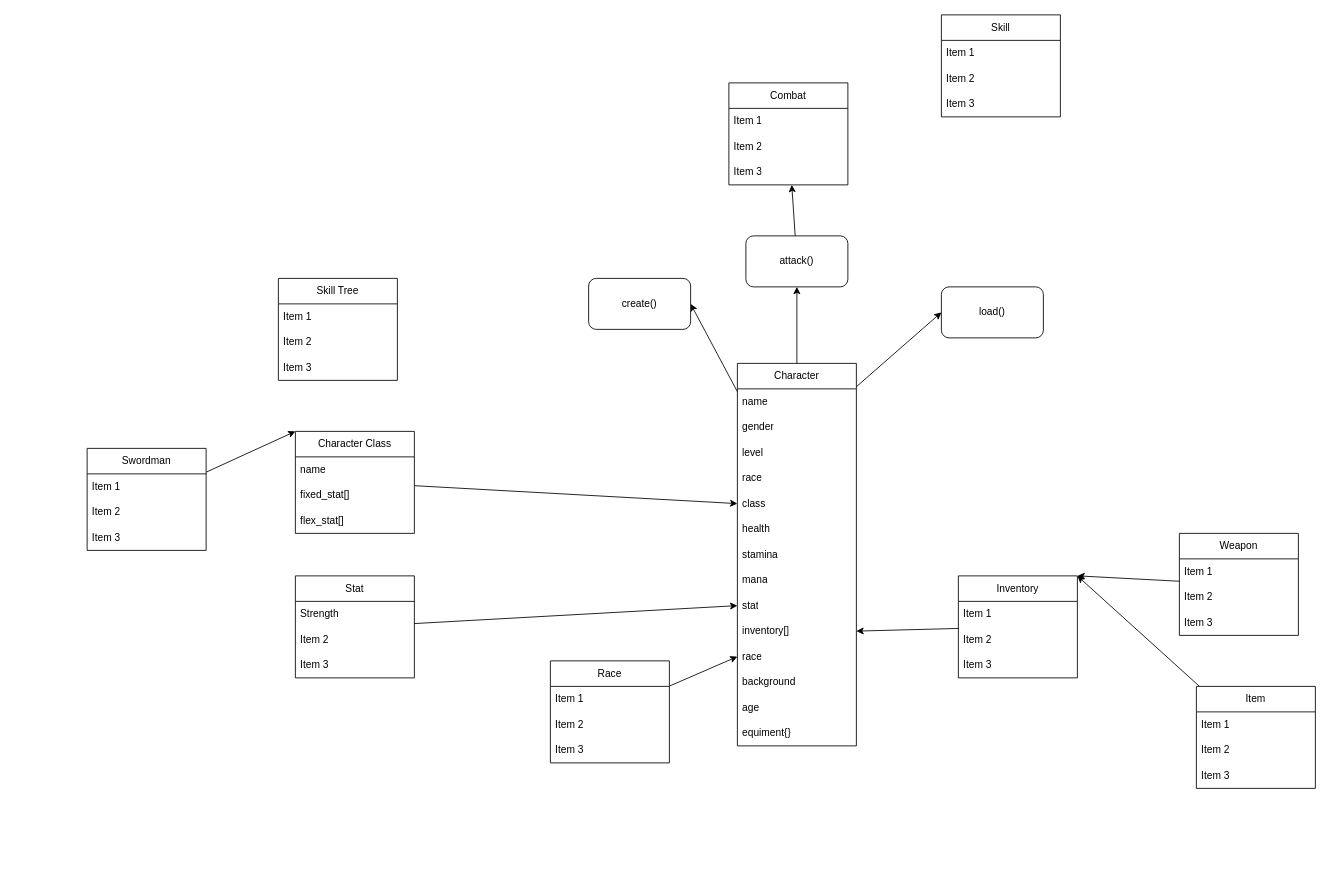
This is design.drawio from minhduc1212/Text_Based_Game, a draw.io file, before an edit. Source tidied: cells renumbered, new cells numbered last; positions are measured from the earlier drawing's top-left corner, leaving out a move shared by most shapes. Both pictures are drawn from the tidied source at 85%, with x=0, y=0 at pixel (87, 14).
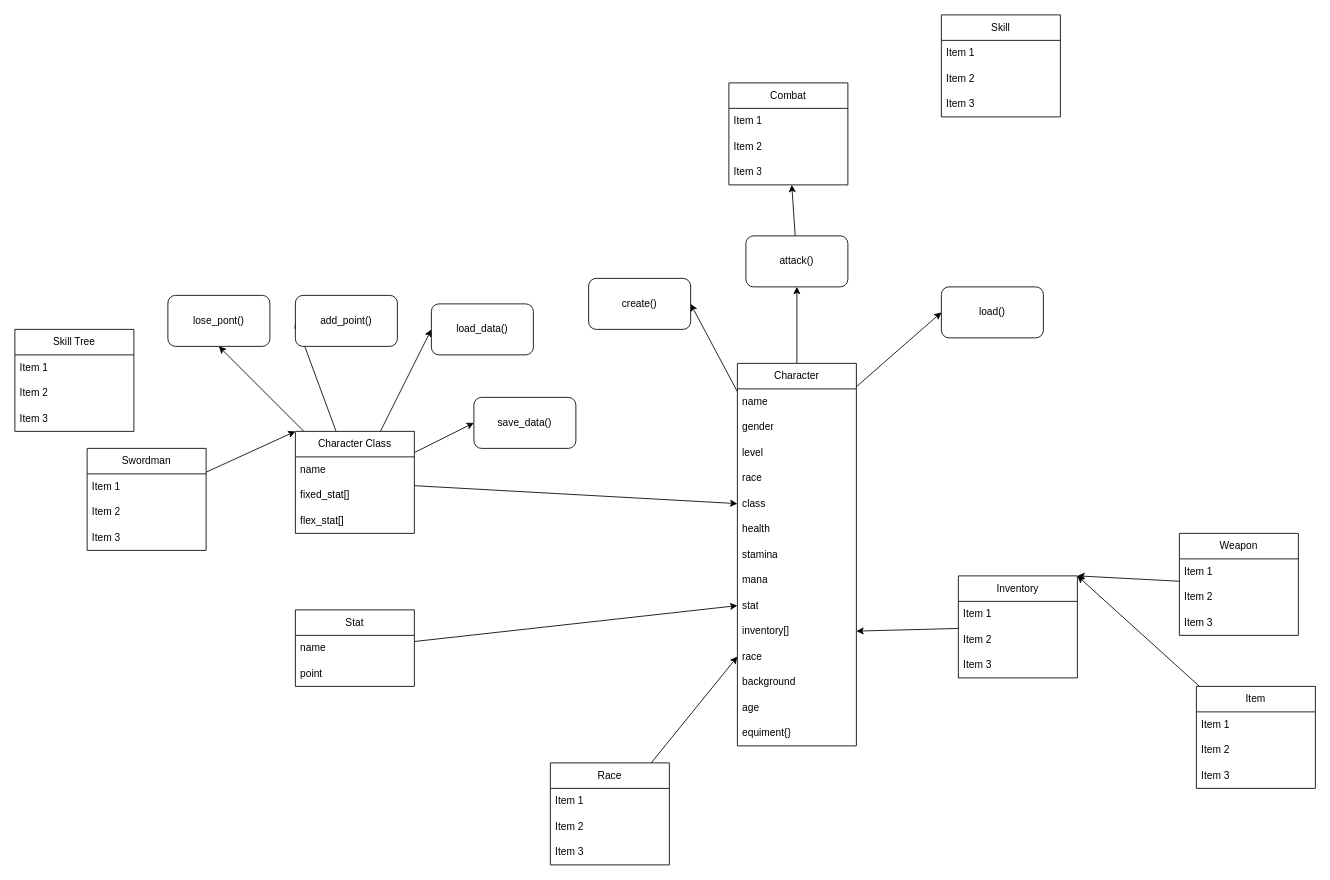
The same diagram, later.

Commit message (it also covers changes not shown here):
feat(design.drawio, character_class.py): pdate some func of character_class

The change refers to these unchanged cells:
```xml
<mxCell id="40" value="Character Class" style="swimlane;fontStyle=0;horizontal=1;startSize=30;whiteSpace=wrap;html=1;" parent="1" vertex="1">
  <mxGeometry x="245" y="490" width="140" height="120" as="geometry" />
</mxCell>
```

The edit, as a diff of the source:
```diff
@@
     <mxCell id="21" value="Stat" style="swimlane;fontStyle=0;horizontal=1;startSize=30;whiteSpace=wrap;html=1;" parent="1" vertex="1">
-      <mxGeometry x="245" y="660" width="140" height="120" as="geometry" />
+      <mxGeometry x="245" y="700" width="140" height="90" as="geometry" />
     </mxCell>
-    <mxCell id="22" value="Strength" style="text;strokeColor=none;fillColor=none;align=left;verticalAlign=middle;spacingLeft=4;spacingRight=4;overflow=hidden;whiteSpace=wrap;html=1;" parent="21" vertex="1">
+    <mxCell id="22" value="name" style="text;strokeColor=none;fillColor=none;align=left;verticalAlign=middle;spacingLeft=4;spacingRight=4;overflow=hidden;whiteSpace=wrap;html=1;" parent="21" vertex="1">
       <mxGeometry y="30" width="140" height="30" as="geometry" />
     </mxCell>
-    <mxCell id="23" value="Item 2" style="text;strokeColor=none;fillColor=none;align=left;verticalAlign=middle;spacingLeft=4;spacingRight=4;overflow=hidden;whiteSpace=wrap;html=1;" parent="21" vertex="1">
+    <mxCell id="23" value="point" style="text;strokeColor=none;fillColor=none;align=left;verticalAlign=middle;spacingLeft=4;spacingRight=4;overflow=hidden;whiteSpace=wrap;html=1;" parent="21" vertex="1">
       <mxGeometry y="60" width="140" height="30" as="geometry" />
     </mxCell>
-    <mxCell id="24" value="Item 3" style="text;strokeColor=none;fillColor=none;align=left;verticalAlign=middle;spacingLeft=4;spacingRight=4;overflow=hidden;whiteSpace=wrap;html=1;" parent="21" vertex="1">
-      <mxGeometry y="90" width="140" height="30" as="geometry" />
-    </mxCell>
@@
     <mxCell id="35" value="Race" style="swimlane;fontStyle=0;horizontal=1;startSize=30;whiteSpace=wrap;html=1;" parent="1" vertex="1">
-      <mxGeometry x="545" y="760" width="140" height="120" as="geometry" />
+      <mxGeometry x="545" y="880" width="140" height="120" as="geometry" />
     </mxCell>
@@
+    <mxCell id="71" style="edgeStyle=none;html=1;entryX=0;entryY=0.5;entryDx=0;entryDy=0;" parent="1" edge="1" source="40" target="75">
+      <mxGeometry relative="1" as="geometry" />
+    </mxCell>
+    <mxCell id="72" style="edgeStyle=none;html=1;entryX=0.5;entryY=1;entryDx=0;entryDy=0;" parent="1" edge="1" source="40" target="76">
+      <mxGeometry relative="1" as="geometry" />
+    </mxCell>
+    <mxCell id="73" style="edgeStyle=none;html=1;entryX=0;entryY=0.5;entryDx=0;entryDy=0;" parent="1" edge="1" source="40" target="77">
+      <mxGeometry relative="1" as="geometry" />
+    </mxCell>
+    <mxCell id="74" style="edgeStyle=none;html=1;entryX=0;entryY=0.5;entryDx=0;entryDy=0;" parent="1" edge="1" source="40" target="78">
+      <mxGeometry relative="1" as="geometry" />
+    </mxCell>
@@
     <mxCell id="62" value="Skill Tree" style="swimlane;fontStyle=0;horizontal=1;startSize=30;whiteSpace=wrap;html=1;" parent="1" vertex="1">
-      <mxGeometry x="225" y="310" width="140" height="120" as="geometry" />
+      <mxGeometry x="-85" y="370" width="140" height="120" as="geometry" />
     </mxCell>
@@
+    <mxCell id="75" value="add_point()" style="rounded=1;whiteSpace=wrap;html=1;" parent="1" vertex="1">
+      <mxGeometry x="245" y="330" width="120" height="60" as="geometry" />
+    </mxCell>
+    <mxCell id="76" value="lose_pont()" style="rounded=1;whiteSpace=wrap;html=1;" parent="1" vertex="1">
+      <mxGeometry x="95" y="330" width="120" height="60" as="geometry" />
+    </mxCell>
+    <mxCell id="77" value="save_data()" style="rounded=1;whiteSpace=wrap;html=1;" parent="1" vertex="1">
+      <mxGeometry x="455" y="450" width="120" height="60" as="geometry" />
+    </mxCell>
+    <mxCell id="78" value="load_data()" style="rounded=1;whiteSpace=wrap;html=1;" parent="1" vertex="1">
+      <mxGeometry x="405" y="340" width="120" height="60" as="geometry" />
+    </mxCell>
```
